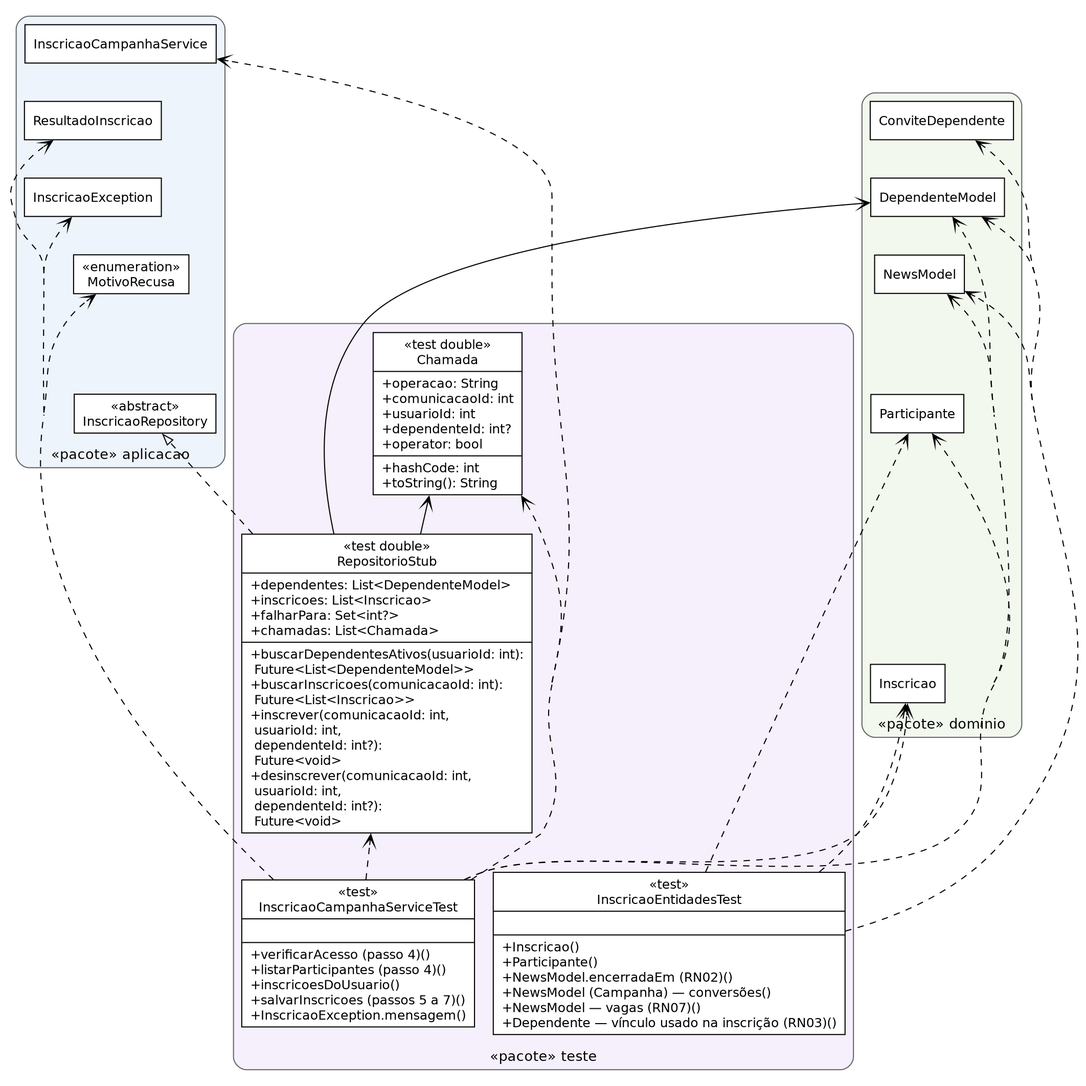
This is qualidade/relatorios/classes-c-teste.png from Conecta-Vida/Conecta-Vida-Mobile, a Graphviz export, as it was before one commit. Its source is kept beside it as qualidade/relatorios/classes-c-teste.dot.
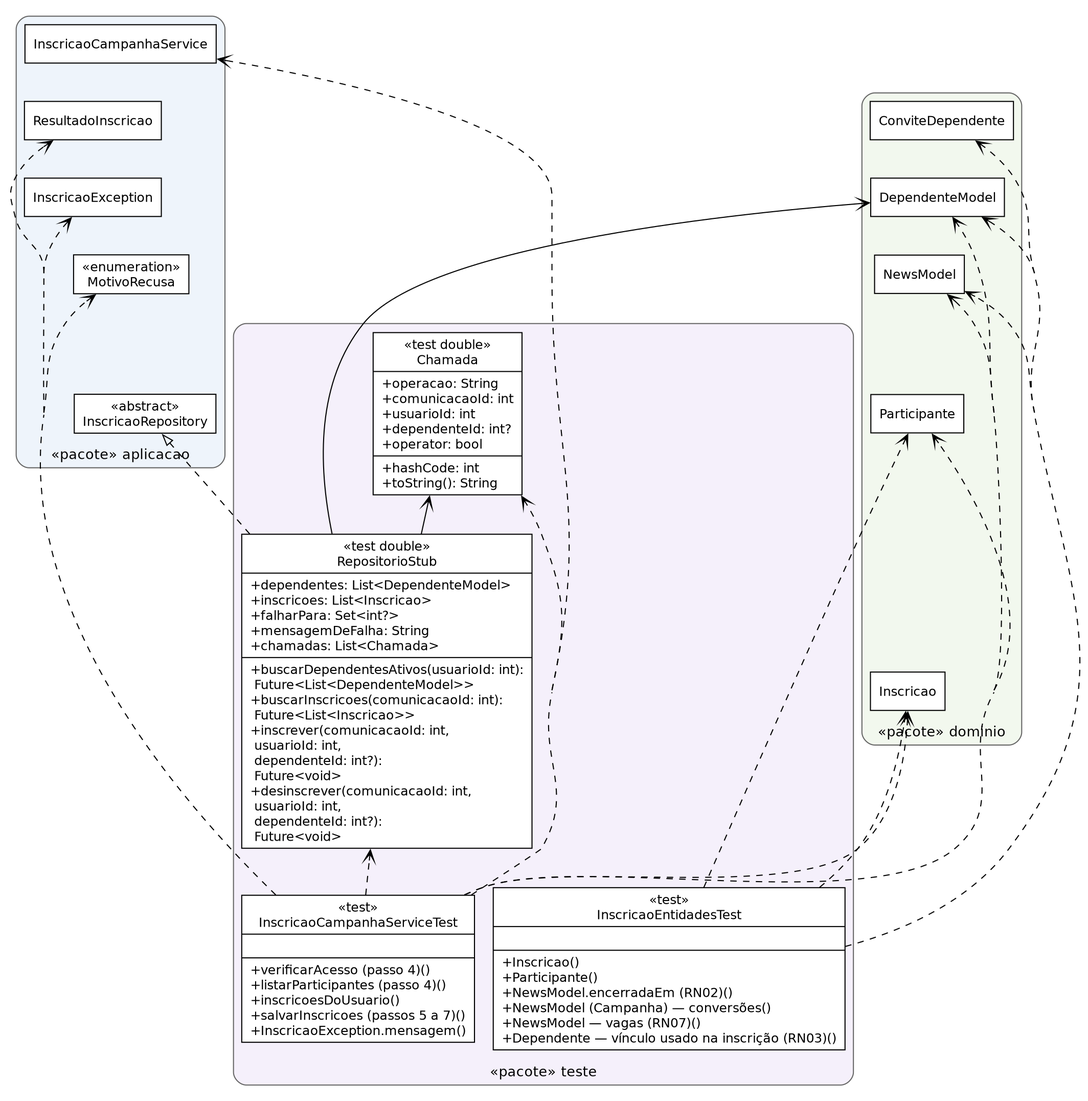
Later version of the same file.

What changed in the source:
```diff
@@ -18,7 +18,7 @@
 }
 subgraph cluster_2 { label="«pacote» teste"; style="rounded,filled"; fillcolor="#f5f0fb"; color=gray40; fontname="DejaVu Sans"; fontsize=13; labelloc=t;
   Chamada [label="{«test double»\nChamada|+operacao: String\l+comunicacaoId: int\l+usuarioId: int\l+dependenteId: int?\l+operator: bool\l|+hashCode: int\l+toString(): String\l}"];
-  RepositorioStub [label="{«test double»\nRepositorioStub|+dependentes: List&lt;DependenteModel&gt;\l+inscricoes: List&lt;Inscricao&gt;\l+falharPara: Set&lt;int?&gt;\l+chamadas: List&lt;Chamada&gt;\l|+buscarDependentesAtivos(usuarioId: int):\l      Future&lt;List&lt;DependenteModel&gt;&gt;\l+buscarInscricoes(comunicacaoId: int):\l      Future&lt;List&lt;Inscricao&gt;&gt;\l+inscrever(comunicacaoId: int,\l      usuarioId: int,\l      dependenteId: int?):\l      Future&lt;void&gt;\l+desinscrever(comunicacaoId: int,\l      usuarioId: int,\l      dependenteId: int?):\l      Future&lt;void&gt;\l}"];
+  RepositorioStub [label="{«test double»\nRepositorioStub|+dependentes: List&lt;DependenteModel&gt;\l+inscricoes: List&lt;Inscricao&gt;\l+falharPara: Set&lt;int?&gt;\l+mensagemDeFalha: String\l+chamadas: List&lt;Chamada&gt;\l|+buscarDependentesAtivos(usuarioId: int):\l      Future&lt;List&lt;DependenteModel&gt;&gt;\l+buscarInscricoes(comunicacaoId: int):\l      Future&lt;List&lt;Inscricao&gt;&gt;\l+inscrever(comunicacaoId: int,\l      usuarioId: int,\l      dependenteId: int?):\l      Future&lt;void&gt;\l+desinscrever(comunicacaoId: int,\l      usuarioId: int,\l      dependenteId: int?):\l      Future&lt;void&gt;\l}"];
   InscricaoCampanhaServiceTest [label="{«test»\nInscricaoCampanhaServiceTest||+verificarAcesso (passo 4)()\l+listarParticipantes (passo 4)()\l+inscricoesDoUsuario()\l+salvarInscricoes (passos 5 a 7)()\l+InscricaoException.mensagem()\l}"];
   InscricaoEntidadesTest [label="{«test»\nInscricaoEntidadesTest||+Inscricao()\l+Participante()\l+NewsModel.encerradaEm (RN02)()\l+NewsModel (Campanha) — conversões()\l+NewsModel — vagas (RN07)()\l+Dependente — vínculo usado na inscrição (RN03)()\l}"];
 }
```
